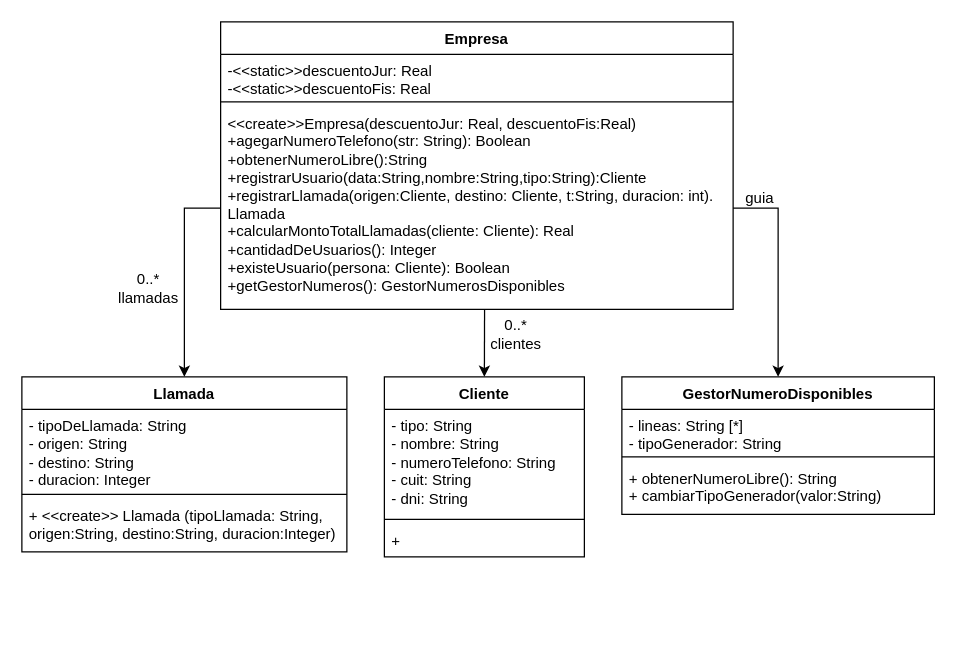
This is Refactoring/Ejercicio3/Diagrama ejercicio base.drawio from Ruyy7/OO2, a draw.io file, before an edit. Source tidied: cells renumbered, new cells numbered last; positions are measured from the earlier drawing's top-left corner, leaving out a move shared by most shapes. Both pictures are drawn from the tidied source at 125%, with x=0, y=0 at pixel (21, 21).
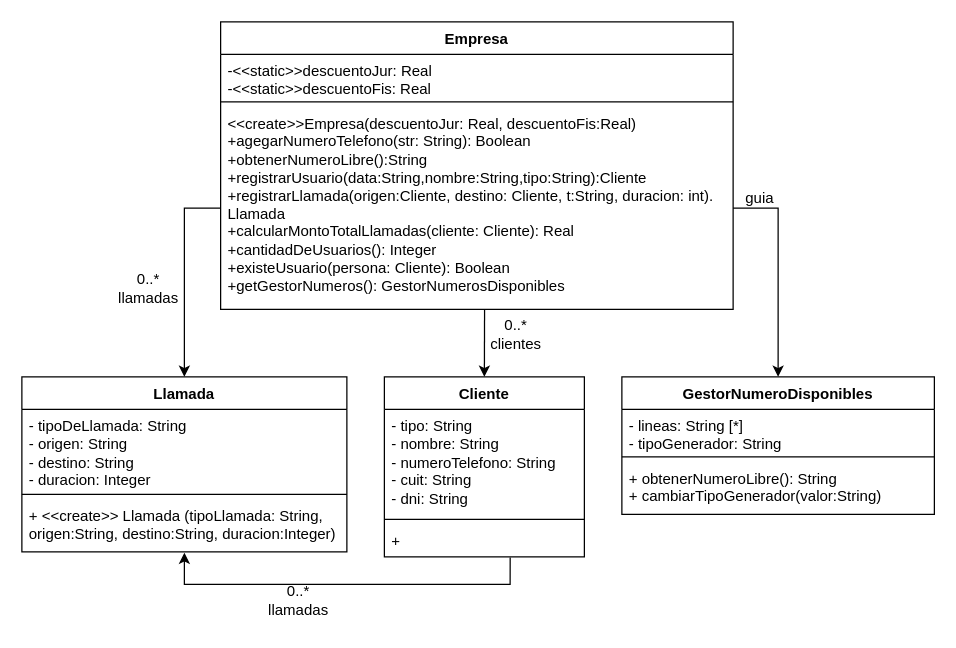
The same page after the edit.

Commit message (it also covers changes not shown here):
Correcion uml original

Unchanged cells that the change refers to:
```xml
<mxCell id="5" value="+ &amp;lt;&amp;lt;create&amp;gt;&amp;gt; Llamada (tipoLlamada: String, origen:String, destino:String, duracion:Integer)&lt;br&gt;" style="text;strokeColor=none;fillColor=none;align=left;verticalAlign=top;spacingLeft=4;spacingRight=4;overflow=hidden;points=[[0,0.5],[1,0.5]];portConstraint=eastwest;whiteSpace=wrap;html=1;" parent="2" vertex="1">
  <mxGeometry y="98" width="260" height="42" as="geometry" />
</mxCell>
<mxCell id="13" value="+" style="text;strokeColor=none;fillColor=none;align=left;verticalAlign=top;spacingLeft=4;spacingRight=4;overflow=hidden;points=[[0,0.5],[1,0.5]];portConstraint=eastwest;whiteSpace=wrap;html=1;" parent="10" vertex="1">
  <mxGeometry y="118" width="160" height="26" as="geometry" />
</mxCell>
```

What changed in the source:
```diff
@@
+    <mxCell id="24" style="endArrow=classic;html=1;rounded=0;exitX=0.629;exitY=1.016;exitDx=0;exitDy=0;exitPerimeter=0;entryX=0.5;entryY=1.015;entryDx=0;entryDy=0;entryPerimeter=0;edgeStyle=orthogonalEdgeStyle;" parent="1" edge="1" source="13" target="5">
+      <mxGeometry relative="1" as="geometry">
+        <Array as="points">
+          <mxPoint x="391" y="450" />
+          <mxPoint x="130" y="450" />
+        </Array>
+      </mxGeometry>
+    </mxCell>
+    <mxCell id="25" value="0..*&lt;br&gt;llamadas" style="text;html=1;align=center;verticalAlign=middle;strokeColor=none;fillColor=none;" parent="1" vertex="1">
+      <mxGeometry x="186" y="443" width="70" height="40" as="geometry" />
+    </mxCell>
```
